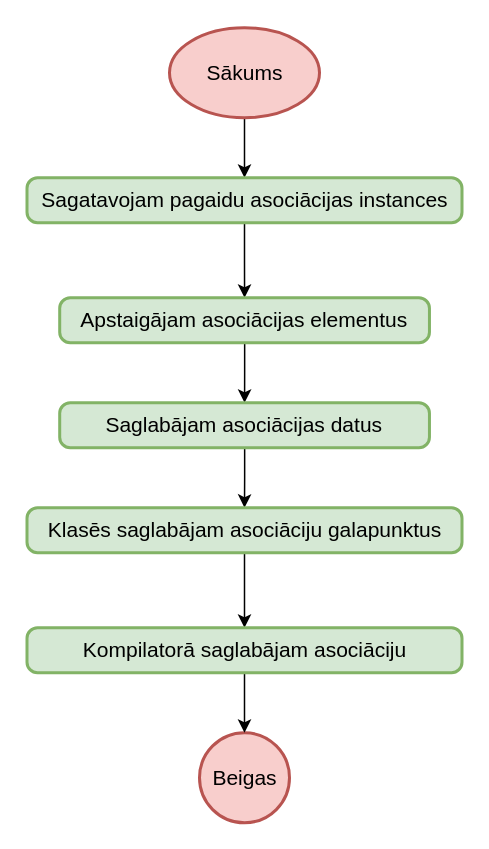
artiks12/webAppOS keeps this draw.io diagram as page "Kompilēt asociāciju" (1 of 4) of src/Kvalifikacijas darbs/Diagrammas/Kompilators/Asociācijas.drawio. Above is the earlier version. Source tidied: cells renumbered, new cells numbered last; positions are measured from the earlier drawing's top-left corner, leaving out a move shared by most shapes. Both pictures are drawn from the tidied source at 150%, with x=0, y=0 at pixel (27, 27).
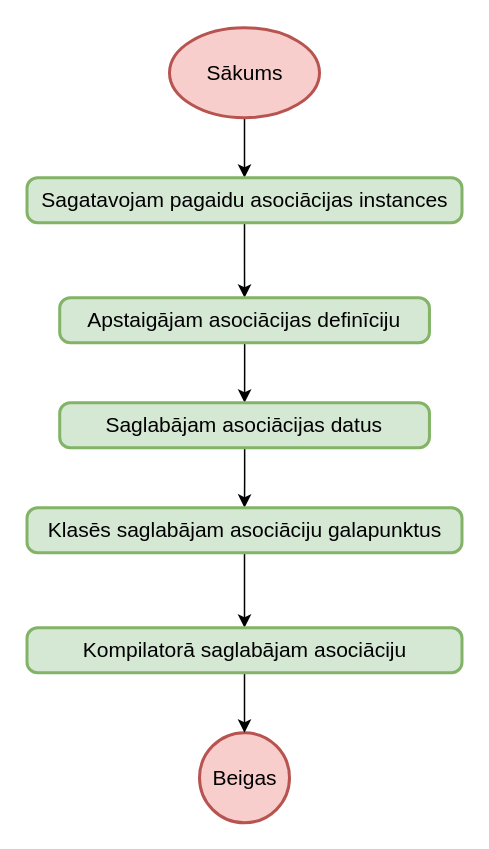
The same page after the edit.

The edit, as a diff of the source:
```diff
@@
 <mxGraphModel>
   <root>
     <mxCell id="0" />
     <mxCell id="1" parent="0" />
     <mxCell id="2" style="edgeStyle=orthogonalEdgeStyle;rounded=0;jettySize=auto;html=1;entryX=0.5;entryY=0;entryDx=0;entryDy=0;" parent="1" edge="1" source="3" target="6">
       <mxGeometry relative="1" as="geometry" />
     </mxCell>
     <mxCell id="3" value="Sākums" style="strokeWidth=2;html=1;shape=mxgraph.flowchart.start_1;whiteSpace=wrap;fontSize=14;fillColor=#f8cecc;strokeColor=#b85450;" parent="1" vertex="1">
       <mxGeometry x="94.5" width="100" height="60" as="geometry" />
     </mxCell>
     <mxCell id="4" value="Beigas" style="strokeWidth=2;html=1;shape=mxgraph.flowchart.start_2;whiteSpace=wrap;fontSize=14;fillColor=#f8cecc;strokeColor=#b85450;" parent="1" vertex="1">
       <mxGeometry x="114.5" y="470" width="60" height="60" as="geometry" />
     </mxCell>
     <mxCell id="5" style="edgeStyle=orthogonalEdgeStyle;rounded=0;jettySize=auto;html=1;entryX=0.5;entryY=0;entryDx=0;entryDy=0;fontSize=18;" parent="1" edge="1" source="6" target="8">
       <mxGeometry relative="1" as="geometry" />
     </mxCell>
     <mxCell id="6" value="Sagatavojam pagaidu asociācijas instances" style="rounded=1;whiteSpace=wrap;html=1;absoluteArcSize=1;arcSize=14;strokeWidth=2;fontSize=14;fillColor=#d5e8d4;strokeColor=#82b366;" parent="1" vertex="1">
       <mxGeometry x="-0.5" y="100" width="290" height="30" as="geometry" />
     </mxCell>
     <mxCell id="7" style="edgeStyle=orthogonalEdgeStyle;rounded=0;jettySize=auto;html=1;entryX=0.5;entryY=0;entryDx=0;entryDy=0;fontSize=18;" parent="1" edge="1" source="8" target="10">
       <mxGeometry relative="1" as="geometry" />
     </mxCell>
-    <mxCell id="8" value="Apstaigājam asociācijas elementus" style="rounded=1;whiteSpace=wrap;html=1;absoluteArcSize=1;arcSize=14;strokeWidth=2;fontSize=14;fillColor=#d5e8d4;strokeColor=#82b366;" parent="1" vertex="1">
+    <mxCell id="8" value="Apstaigājam asociācijas definīciju" style="rounded=1;whiteSpace=wrap;html=1;absoluteArcSize=1;arcSize=14;strokeWidth=2;fontSize=14;fillColor=#d5e8d4;strokeColor=#82b366;" parent="1" vertex="1">
       <mxGeometry x="21.3" y="180" width="246.5" height="30" as="geometry" />
     </mxCell>
     <mxCell id="9" style="edgeStyle=orthogonalEdgeStyle;rounded=0;jettySize=auto;html=1;fontSize=18;" parent="1" edge="1" source="10" target="12">
       <mxGeometry relative="1" as="geometry" />
     </mxCell>
     <mxCell id="10" value="Saglabājam asociācijas datus" style="rounded=1;whiteSpace=wrap;html=1;absoluteArcSize=1;arcSize=14;strokeWidth=2;fontSize=14;fillColor=#d5e8d4;strokeColor=#82b366;" parent="1" vertex="1">
       <mxGeometry x="21.3" y="250" width="246.5" height="30" as="geometry" />
     </mxCell>
     <mxCell id="11" style="edgeStyle=orthogonalEdgeStyle;rounded=0;jettySize=auto;html=1;entryX=0.5;entryY=0;entryDx=0;entryDy=0;fontSize=18;" parent="1" edge="1" source="12" target="14">
       <mxGeometry relative="1" as="geometry" />
     </mxCell>
     <mxCell id="12" value="Klasēs saglabājam asociāciju galapunktus" style="rounded=1;whiteSpace=wrap;html=1;absoluteArcSize=1;arcSize=14;strokeWidth=2;fontSize=14;fillColor=#d5e8d4;strokeColor=#82b366;" parent="1" vertex="1">
       <mxGeometry x="-0.5" y="320" width="290" height="30" as="geometry" />
     </mxCell>
     <mxCell id="13" style="edgeStyle=orthogonalEdgeStyle;rounded=0;jettySize=auto;html=1;entryX=0.5;entryY=0;entryDx=0;entryDy=0;entryPerimeter=0;fontSize=18;" parent="1" edge="1" source="14" target="4">
       <mxGeometry relative="1" as="geometry" />
     </mxCell>
     <mxCell id="14" value="Kompilatorā saglabājam asociāciju" style="rounded=1;whiteSpace=wrap;html=1;absoluteArcSize=1;arcSize=14;strokeWidth=2;fontSize=14;fillColor=#d5e8d4;strokeColor=#82b366;" parent="1" vertex="1">
       <mxGeometry x="-0.5" y="400" width="290" height="30" as="geometry" />
     </mxCell>
   </root>
 </mxGraphModel>
```
